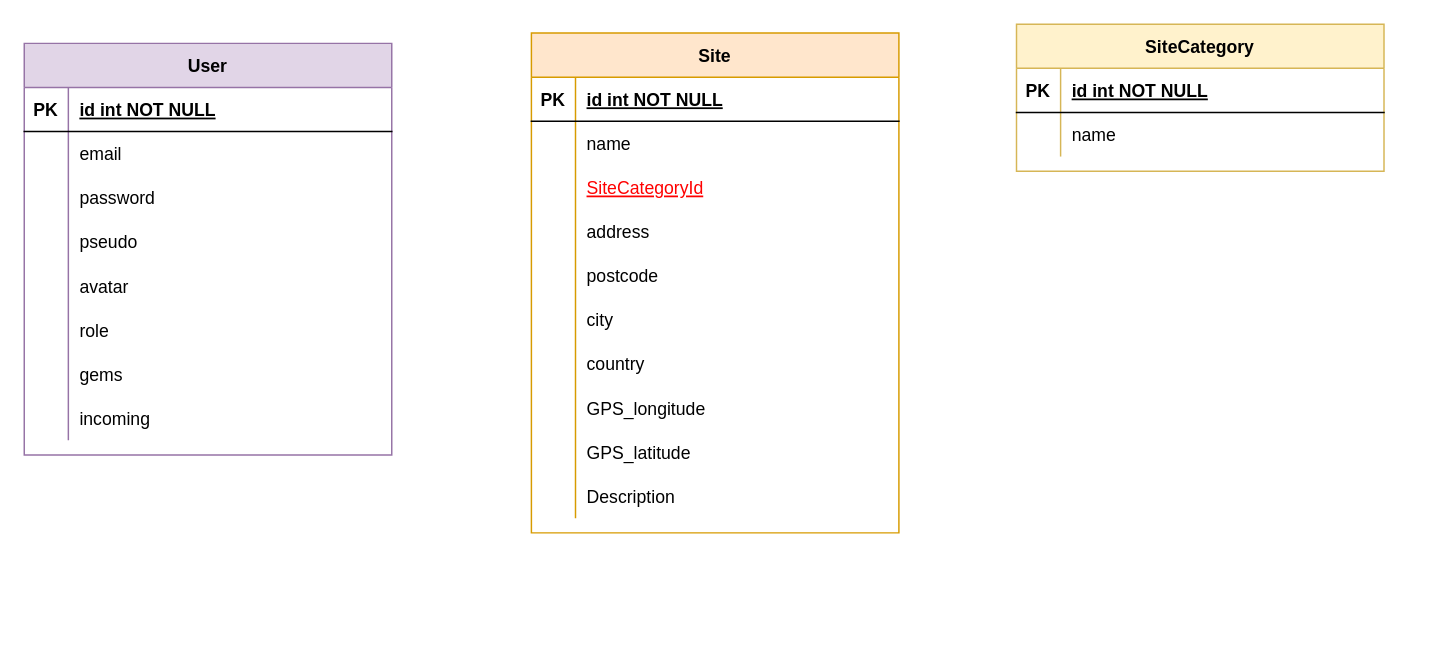
Above: ressources/Untitled Diagram.drawio in DuboisCecile/Checkpoint-4-front (draw.io), before the change. Source tidied: cells renumbered, new cells numbered last; positions are measured from the earlier drawing's top-left corner, leaving out a move shared by most shapes. Both pictures are drawn from the tidied source at 147%, with x=0, y=0 at pixel (24, 24).
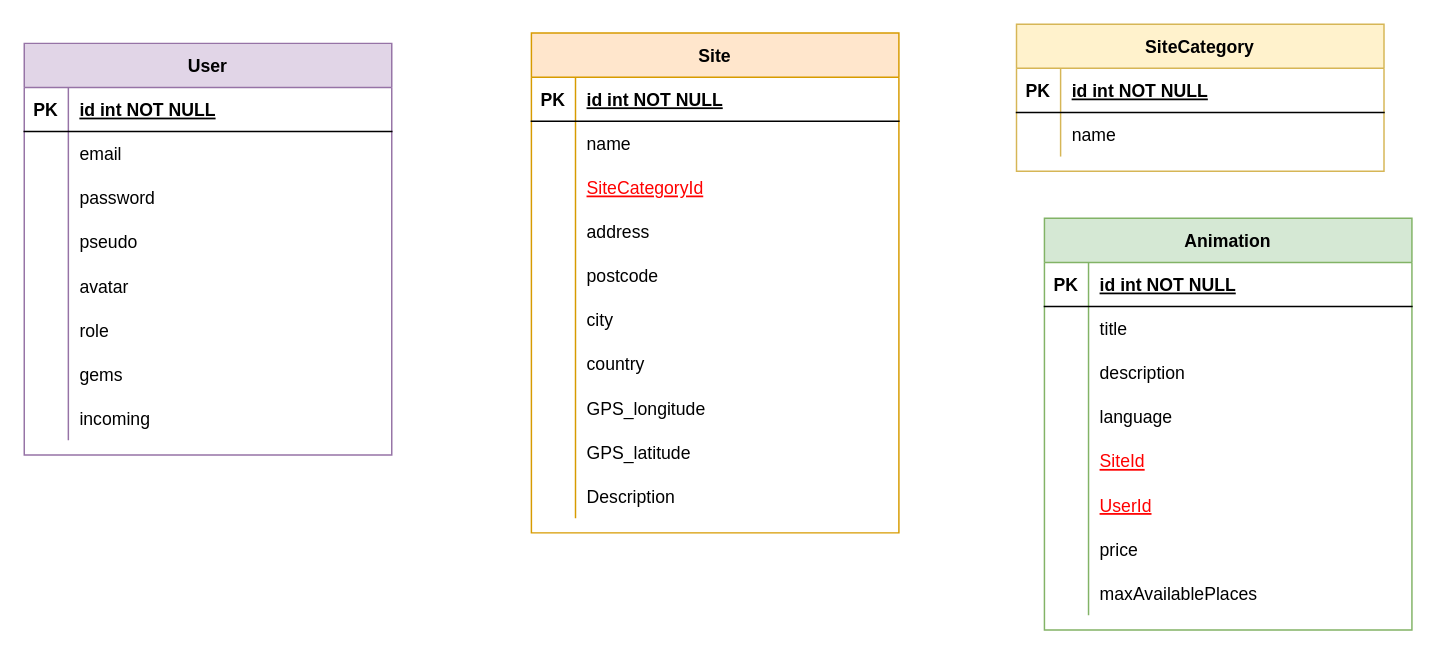
Above is the later version.

Commit message:
Added Animation table

Diff of the diagram source:
```diff
@@
+    <mxCell id="65" value="Animation" style="shape=table;startSize=30;childLayout=tableLayout;rowLines=0;fontStyle=1;align=center;fillColor=#d5e8d4;strokeColor=#82b366;" parent="1" vertex="1">
+      <mxGeometry x="694" y="132" width="250" height="280" as="geometry" />
+    </mxCell>
+    <mxCell id="66" style="shape=partialRectangle;fillColor=none;top=0;left=0;right=0;bottom=1;" parent="65" vertex="1">
+      <mxGeometry y="30" width="250" height="30" as="geometry" />
+    </mxCell>
+    <mxCell id="67" value="PK" style="shape=partialRectangle;overflow=hidden;fillColor=none;top=0;left=0;bottom=0;right=0;fontStyle=1;" parent="66" vertex="1">
+      <mxGeometry width="30" height="30" as="geometry" />
+    </mxCell>
+    <mxCell id="68" value="id int NOT NULL " style="shape=partialRectangle;overflow=hidden;fillColor=none;top=0;left=0;bottom=0;right=0;align=left;spacingLeft=6;fontStyle=5;" parent="66" vertex="1">
+      <mxGeometry x="30" width="220" height="30" as="geometry" />
+    </mxCell>
+    <mxCell id="69" style="shape=partialRectangle;fillColor=none;top=0;left=0;right=0;bottom=0;" parent="65" vertex="1">
+      <mxGeometry y="60" width="250" height="30" as="geometry" />
+    </mxCell>
+    <mxCell id="70" style="shape=partialRectangle;overflow=hidden;fillColor=none;top=0;left=0;bottom=0;right=0;" parent="69" vertex="1">
+      <mxGeometry width="30" height="30" as="geometry" />
+    </mxCell>
+    <mxCell id="71" value="title" style="shape=partialRectangle;overflow=hidden;fillColor=none;top=0;left=0;bottom=0;right=0;align=left;spacingLeft=6;" parent="69" vertex="1">
+      <mxGeometry x="30" width="220" height="30" as="geometry" />
+    </mxCell>
+    <mxCell id="72" style="shape=partialRectangle;fillColor=none;top=0;left=0;bottom=0;right=0;" parent="65" vertex="1">
+      <mxGeometry y="90" width="250" height="30" as="geometry" />
+    </mxCell>
+    <mxCell id="73" style="shape=partialRectangle;fillColor=none;top=0;left=0;bottom=0;right=0;overflow=hidden;" parent="72" vertex="1">
+      <mxGeometry width="30" height="30" as="geometry" />
+    </mxCell>
+    <mxCell id="74" value="description" style="shape=partialRectangle;fillColor=none;top=0;left=0;bottom=0;right=0;align=left;spacingLeft=6;overflow=hidden;" parent="72" vertex="1">
+      <mxGeometry x="30" width="220" height="30" as="geometry" />
+    </mxCell>
+    <mxCell id="75" style="shape=partialRectangle;fillColor=none;top=0;left=0;bottom=0;right=0;" parent="65" vertex="1">
+      <mxGeometry y="120" width="250" height="30" as="geometry" />
+    </mxCell>
+    <mxCell id="76" style="shape=partialRectangle;fillColor=none;top=0;left=0;bottom=0;right=0;overflow=hidden;" parent="75" vertex="1">
+      <mxGeometry width="30" height="30" as="geometry" />
+    </mxCell>
+    <mxCell id="77" value="language" style="shape=partialRectangle;fillColor=none;top=0;left=0;bottom=0;right=0;align=left;spacingLeft=6;overflow=hidden;" parent="75" vertex="1">
+      <mxGeometry x="30" width="220" height="30" as="geometry" />
+    </mxCell>
+    <mxCell id="78" style="shape=partialRectangle;fillColor=none;top=0;left=0;bottom=0;right=0;" parent="65" vertex="1">
+      <mxGeometry y="150" width="250" height="30" as="geometry" />
+    </mxCell>
+    <mxCell id="79" style="shape=partialRectangle;fillColor=none;top=0;left=0;bottom=0;right=0;overflow=hidden;" parent="78" vertex="1">
+      <mxGeometry width="30" height="30" as="geometry" />
+    </mxCell>
+    <mxCell id="80" value="SiteId" style="shape=partialRectangle;fillColor=none;top=0;left=0;bottom=0;right=0;align=left;spacingLeft=6;overflow=hidden;fontStyle=4;fontColor=#FF0000;" parent="78" vertex="1">
+      <mxGeometry x="30" width="220" height="30" as="geometry" />
+    </mxCell>
+    <mxCell id="81" style="shape=partialRectangle;fillColor=none;top=0;left=0;bottom=0;right=0;" parent="65" vertex="1">
+      <mxGeometry y="180" width="250" height="30" as="geometry" />
+    </mxCell>
+    <mxCell id="82" style="shape=partialRectangle;fillColor=none;top=0;left=0;bottom=0;right=0;overflow=hidden;" parent="81" vertex="1">
+      <mxGeometry width="30" height="30" as="geometry" />
+    </mxCell>
+    <mxCell id="83" value="UserId" style="shape=partialRectangle;fillColor=none;top=0;left=0;bottom=0;right=0;align=left;spacingLeft=6;overflow=hidden;fontStyle=4;fontColor=#FF0000;" parent="81" vertex="1">
+      <mxGeometry x="30" width="220" height="30" as="geometry" />
+    </mxCell>
+    <mxCell id="84" style="shape=partialRectangle;fillColor=none;top=0;left=0;bottom=0;right=0;" parent="65" vertex="1">
+      <mxGeometry y="210" width="250" height="30" as="geometry" />
+    </mxCell>
+    <mxCell id="85" style="shape=partialRectangle;fillColor=none;top=0;left=0;bottom=0;right=0;overflow=hidden;" parent="84" vertex="1">
+      <mxGeometry width="30" height="30" as="geometry" />
+    </mxCell>
+    <mxCell id="86" value="price" style="shape=partialRectangle;fillColor=none;top=0;left=0;bottom=0;right=0;align=left;spacingLeft=6;overflow=hidden;" parent="84" vertex="1">
+      <mxGeometry x="30" width="220" height="30" as="geometry" />
+    </mxCell>
+    <mxCell id="87" style="shape=partialRectangle;fillColor=none;top=0;left=0;bottom=0;right=0;" parent="65" vertex="1">
+      <mxGeometry y="240" width="250" height="30" as="geometry" />
+    </mxCell>
+    <mxCell id="88" style="shape=partialRectangle;fillColor=none;top=0;left=0;bottom=0;right=0;overflow=hidden;" parent="87" vertex="1">
+      <mxGeometry width="30" height="30" as="geometry" />
+    </mxCell>
+    <mxCell id="89" value="maxAvailablePlaces" style="shape=partialRectangle;fillColor=none;top=0;left=0;bottom=0;right=0;align=left;spacingLeft=6;overflow=hidden;" parent="87" vertex="1">
+      <mxGeometry x="30" width="220" height="30" as="geometry" />
+    </mxCell>
```
